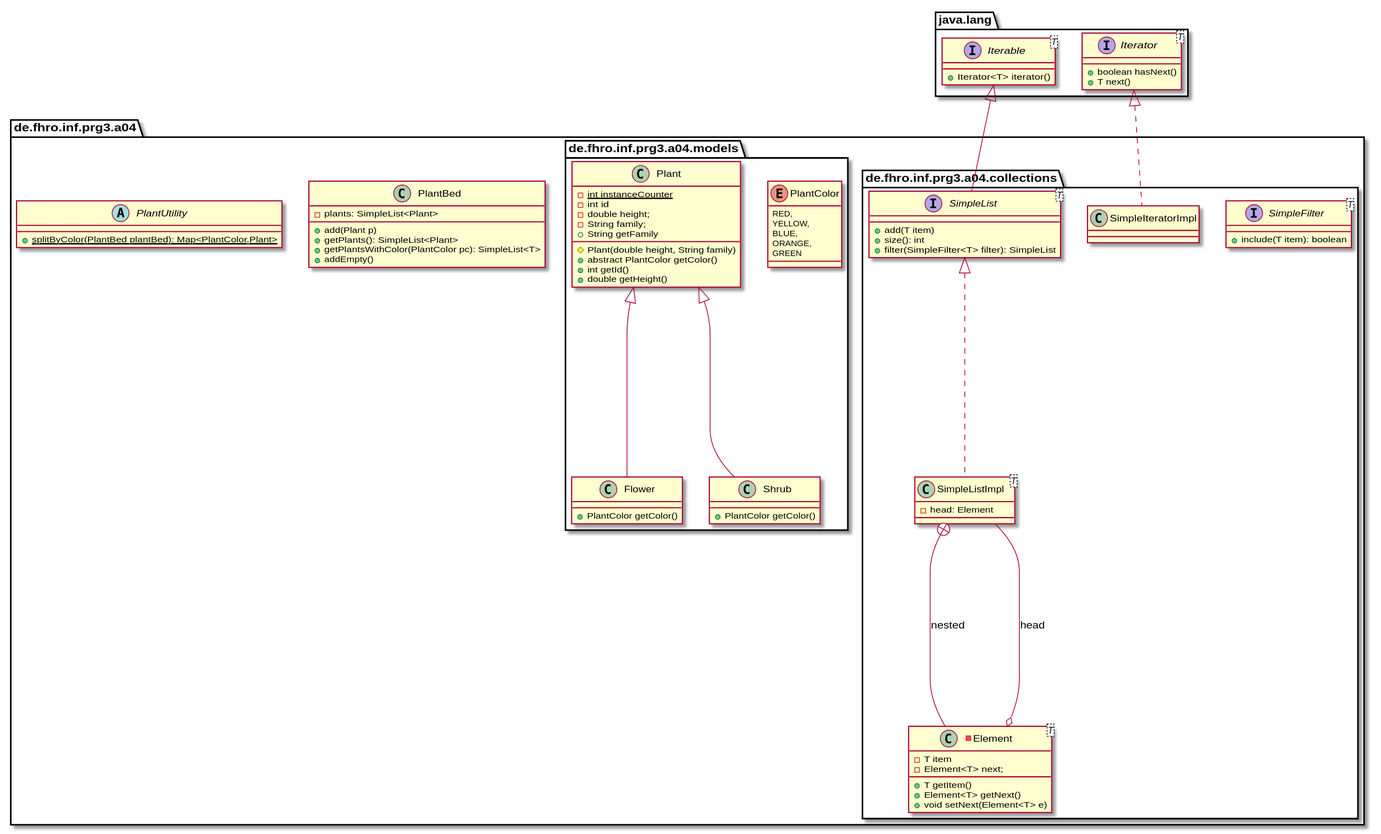
The PlantUML diagram assets/class-spec.svg in studlinnth6233/04-generics, before a commit.
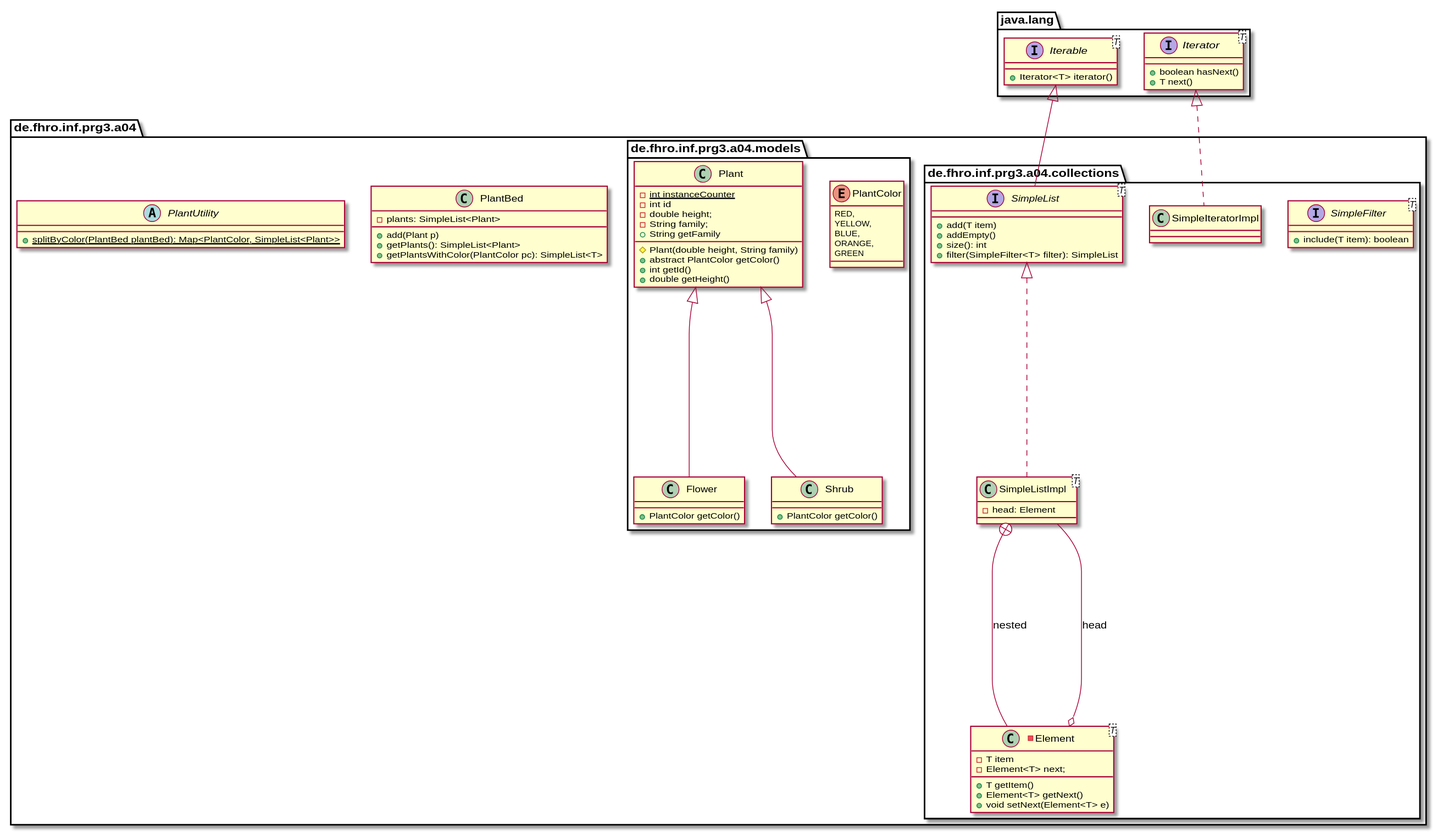
After the commit.

Commit message:
Fixed spec for utility class

Diff of the diagram source:
```diff
@@ -20,6 +20,7 @@
 
         interface SimpleList<T> extends Iterable {
             +add(T item)
+            +addEmpty()
             +size(): int
             +filter(SimpleFilter<T> filter): SimpleList
         }
@@ -81,11 +82,10 @@
         +add(Plant p)
         +getPlants(): SimpleList<Plant>
         +getPlantsWithColor(PlantColor pc): SimpleList<T>
-        +addEmpty()
     }
 
     abstract class PlantUtility {
-	    +{static}splitByColor(PlantBed plantBed): Map<PlantColor,Plant>
+	    +{static}splitByColor(PlantBed plantBed): Map<PlantColor, SimpleList<Plant>>
     }
 
 }
```
